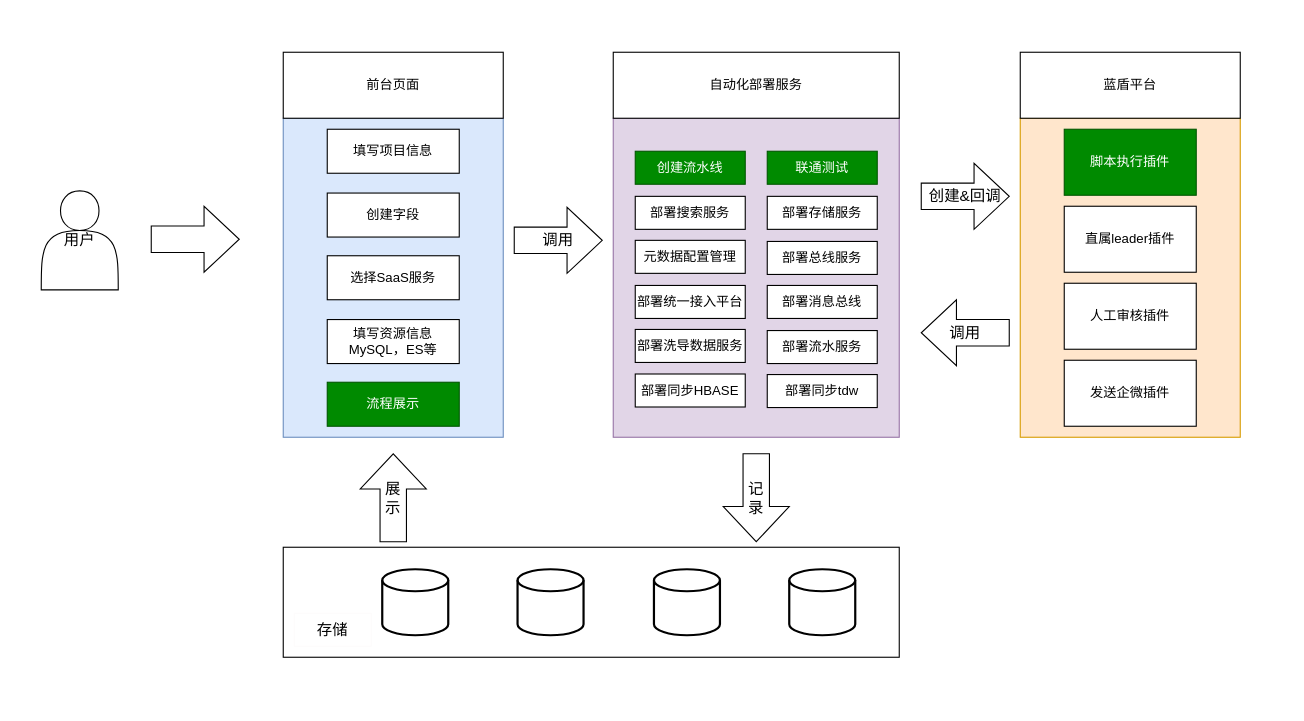
Earlier version of the draw.io diagram 自动化部署流程.drawio (manersun/hit_sunyu). Source tidied: cells renumbered, new cells numbered last; positions are measured from the earlier drawing's top-left corner, leaving out a move shared by most shapes. Both pictures are drawn from the tidied source at 110%, with x=0, y=0 at pixel (41, 52).
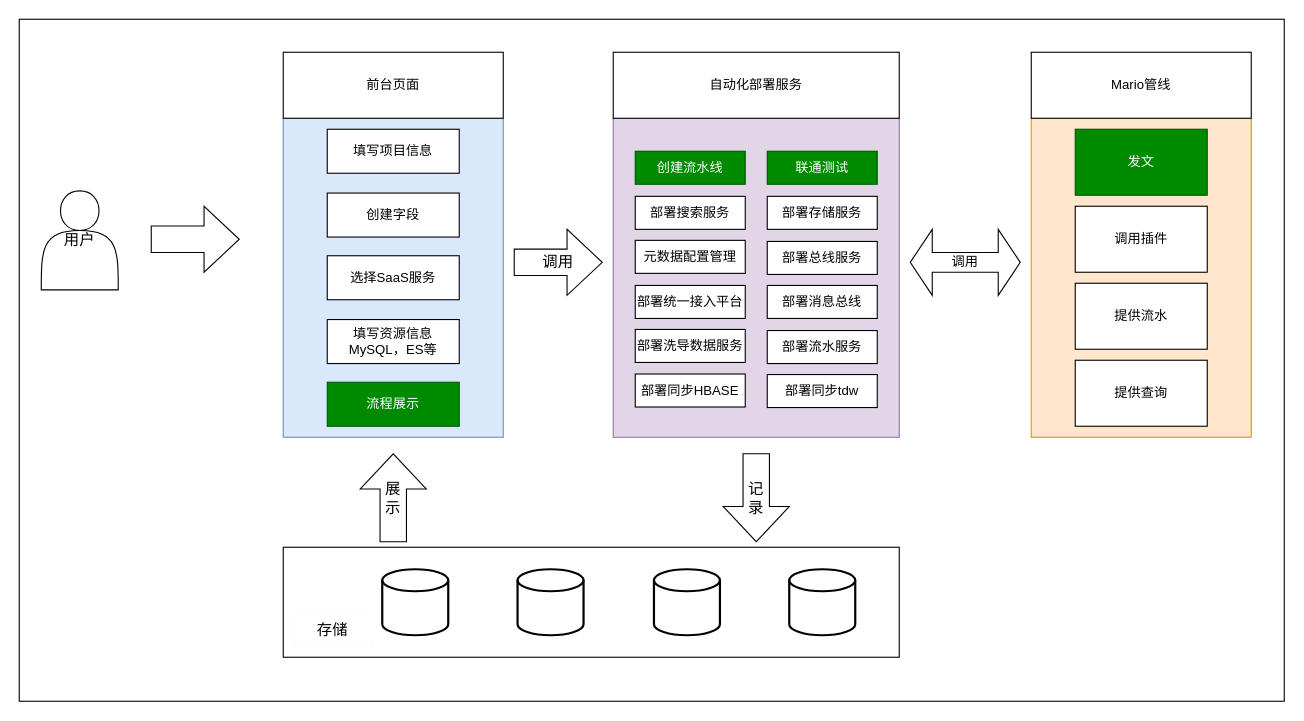
The same diagram, later.

Commit message:
更新自动化部署流程.drawio

The edit, as a diff of the source:
```diff
@@
+    <mxCell id="42" style="rounded=0;whiteSpace=wrap;html=1;" parent="1" vertex="1">
+      <mxGeometry x="-20" y="-30" width="1150" height="620" as="geometry" />
+    </mxCell>
@@
     <mxCell id="22" style="rounded=0;whiteSpace=wrap;html=1;fillColor=#ffe6cc;strokeColor=#d79b00;" parent="1" vertex="1">
-      <mxGeometry x="890" y="60" width="200" height="290" as="geometry" />
+      <mxGeometry x="900" y="60" width="200" height="290" as="geometry" />
     </mxCell>
-    <mxCell id="23" value="脚本执行插件" style="rounded=0;whiteSpace=wrap;html=1;fillColor=#008a00;fontColor=#ffffff;strokeColor=#005700;" parent="1" vertex="1">
-      <mxGeometry x="930" y="70" width="120" height="60" as="geometry" />
+    <mxCell id="23" value="发文" style="rounded=0;whiteSpace=wrap;html=1;fillColor=#008a00;fontColor=#ffffff;strokeColor=#005700;" parent="1" vertex="1">
+      <mxGeometry x="940" y="70" width="120" height="60" as="geometry" />
     </mxCell>
-    <mxCell id="24" value="直属leader插件" style="rounded=0;whiteSpace=wrap;html=1;" parent="1" vertex="1">
-      <mxGeometry x="930" y="140" width="120" height="60" as="geometry" />
+    <mxCell id="24" value="调用插件" style="rounded=0;whiteSpace=wrap;html=1;" parent="1" vertex="1">
+      <mxGeometry x="940" y="140" width="120" height="60" as="geometry" />
     </mxCell>
-    <mxCell id="25" value="人工审核插件" style="rounded=0;whiteSpace=wrap;html=1;" parent="1" vertex="1">
-      <mxGeometry x="930" y="210" width="120" height="60" as="geometry" />
+    <mxCell id="25" value="提供流水" style="rounded=0;whiteSpace=wrap;html=1;" parent="1" vertex="1">
+      <mxGeometry x="940" y="210" width="120" height="60" as="geometry" />
     </mxCell>
-    <mxCell id="26" value="发送企微插件" style="rounded=0;whiteSpace=wrap;html=1;" parent="1" vertex="1">
-      <mxGeometry x="930" y="280" width="120" height="60" as="geometry" />
+    <mxCell id="26" value="提供查询" style="rounded=0;whiteSpace=wrap;html=1;" parent="1" vertex="1">
+      <mxGeometry x="940" y="280" width="120" height="60" as="geometry" />
     </mxCell>
-    <mxCell id="27" value="蓝盾平台" style="rounded=0;whiteSpace=wrap;html=1;" parent="1" vertex="1">
-      <mxGeometry x="890" width="200" height="60" as="geometry" />
+    <mxCell id="27" value="Mario管线" style="rounded=0;whiteSpace=wrap;html=1;" parent="1" vertex="1">
+      <mxGeometry x="900" width="200" height="60" as="geometry" />
     </mxCell>
@@
     <mxCell id="30" value="调用" style="shape=singleArrow;whiteSpace=wrap;html=1;arrowWidth=0.4;arrowSize=0.4;fontSize=14;strokeWidth=1;" parent="1" vertex="1">
-      <mxGeometry x="430" y="141" width="80" height="60" as="geometry" />
+      <mxGeometry x="430" y="161" width="80" height="60" as="geometry" />
     </mxCell>
-    <mxCell id="31" value="创建&amp;amp;回调" style="shape=singleArrow;whiteSpace=wrap;html=1;arrowWidth=0.4;arrowSize=0.4;fontSize=14;strokeWidth=1;" parent="1" vertex="1">
-      <mxGeometry x="800" y="101" width="80" height="60" as="geometry" />
-    </mxCell>
@@
-    <mxCell id="41" value="调用" style="shape=singleArrow;whiteSpace=wrap;html=1;arrowWidth=0.4;arrowSize=0.4;fontSize=14;strokeWidth=1;direction=west;" parent="1" vertex="1">
-      <mxGeometry x="800" y="225" width="80" height="60" as="geometry" />
+    <mxCell id="41" value="调用" style="shape=doubleArrow;whiteSpace=wrap;html=1;" parent="1" vertex="1">
+      <mxGeometry x="790" y="161" width="100" height="60" as="geometry" />
     </mxCell>
```
